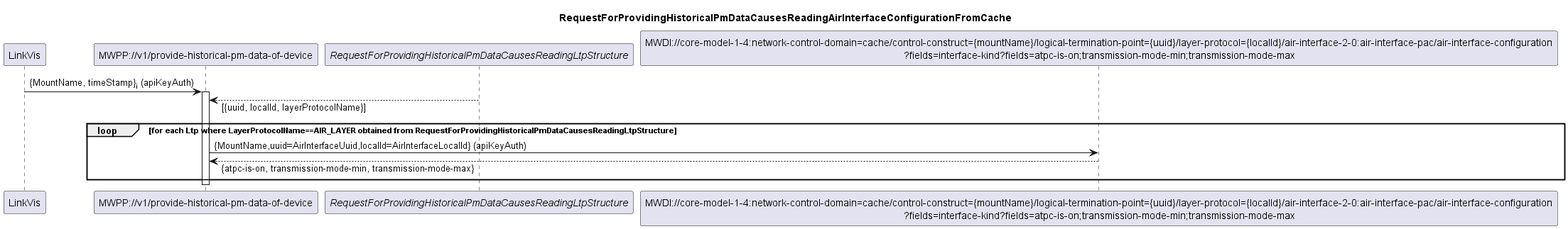
openBackhaul/MicroWavePerformanceProxy keeps this PlantUML diagram as spec/diagrams/003_ReadingAirInterfaceConfigurationFromCache.png. Above is the earlier version.
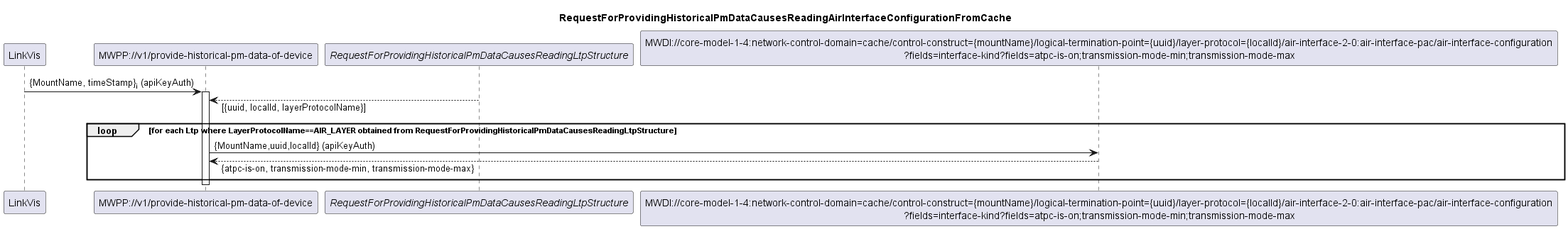
Above is the later version.

What changed in the source:
```diff
@@ -15,7 +15,7 @@
 LTPs --> MWPP: [{uuid, localId, layerProtocolName}]
 
 loop for each Ltp where LayerProtocolName==AIR_LAYER obtained from RequestForProvidingHistoricalPmDataCausesReadingLtpStructure
-    MWPP -> AirInterfaceConfig: {MountName,uuid=AirInterfaceUuid,localId=AirInterfaceLocalId} (apiKeyAuth)
+    MWPP -> AirInterfaceConfig: {MountName,uuid,localId} (apiKeyAuth)
     AirInterfaceConfig --> MWPP: {atpc-is-on, transmission-mode-min, transmission-mode-max}
 end
 deactivate MWPP
```
